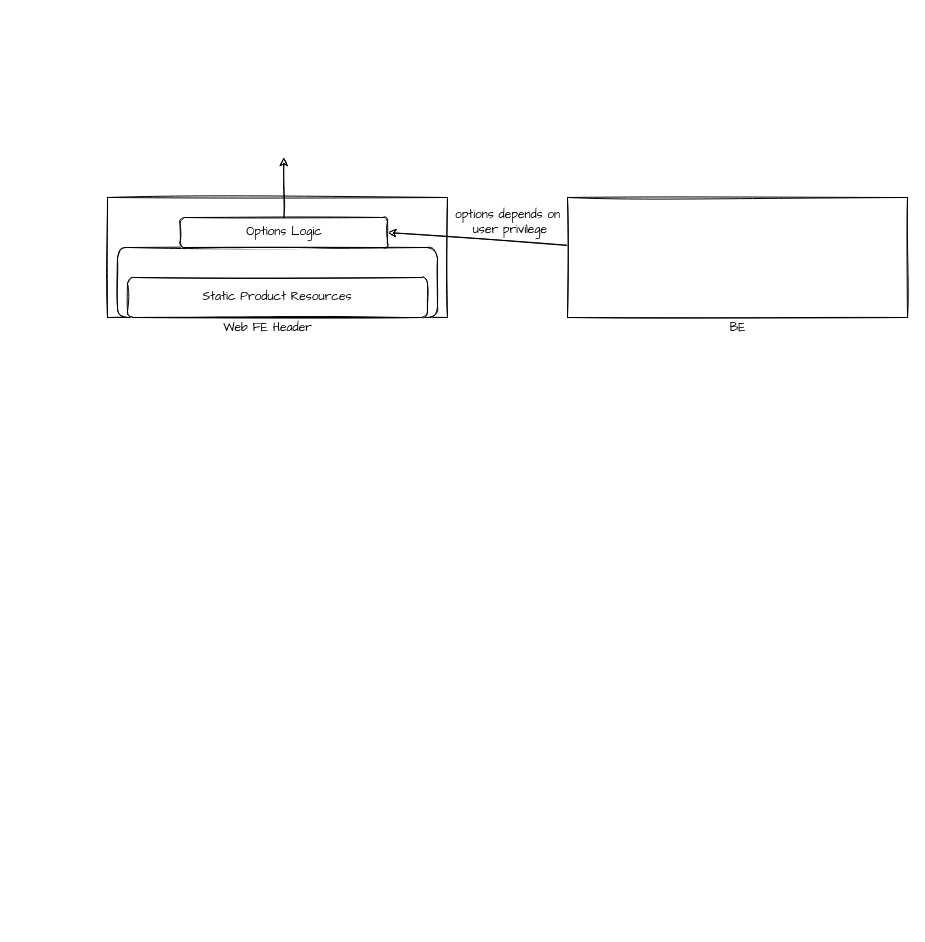
This is header redesign.drawio from yindongjun/gangzhang.github.io, a draw.io file, before an edit. Source tidied: cells renumbered, new cells numbered last; positions are measured from the earlier drawing's top-left corner, leaving out a move shared by most shapes. Both pictures are drawn from the tidied source at 100%, with x=0, y=0 at pixel (107, 157).
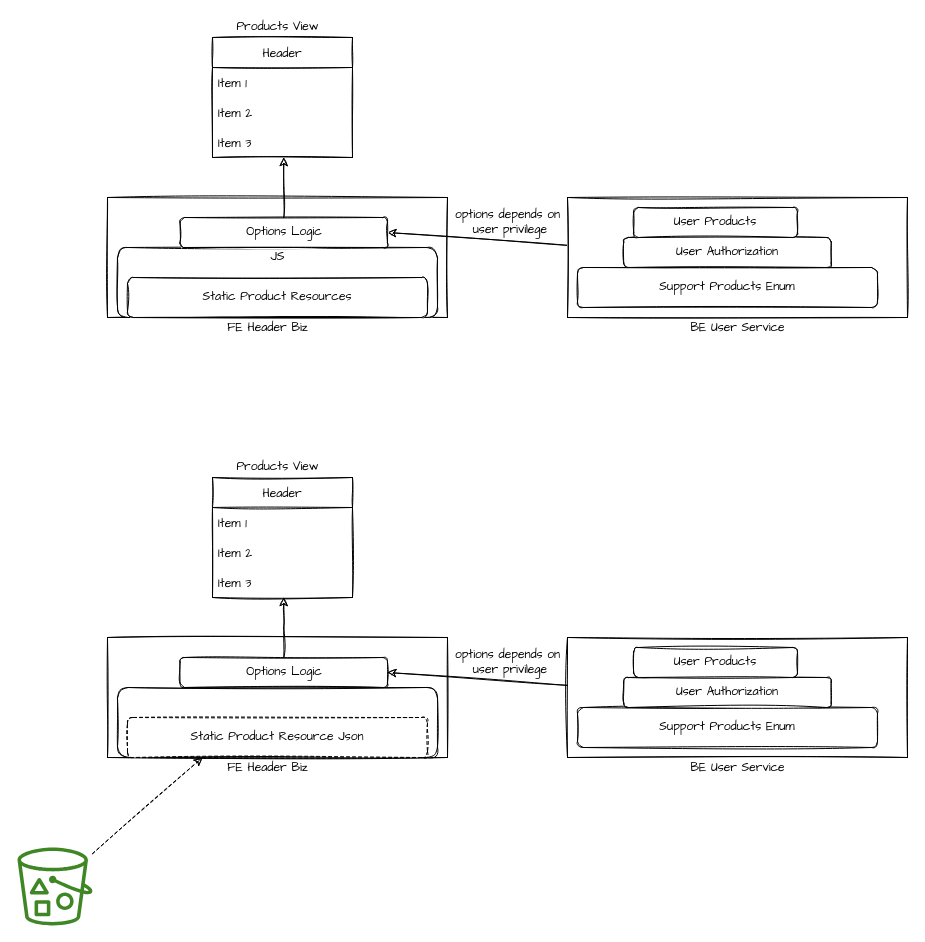
The same diagram, later.

The edit, as a diff of the source:
```diff
@@
-    <mxCell id="4" value="&lt;font face=&quot;Comic Sans MS&quot;&gt;Web FE Header&lt;/font&gt;" style="text;html=1;align=center;verticalAlign=middle;strokeColor=none;fillColor=none;" parent="1" vertex="1">
-      <mxGeometry x="105" y="160" width="110" height="20" as="geometry" />
+    <mxCell id="4" value="&lt;font face=&quot;Comic Sans MS&quot;&gt;FE Header Biz&lt;/font&gt;" style="text;html=1;align=center;verticalAlign=middle;strokeColor=none;fillColor=none;" parent="1" vertex="1">
+      <mxGeometry x="110" y="160" width="100" height="20" as="geometry" />
     </mxCell>
@@
-    <mxCell id="7" value="&lt;font face=&quot;Comic Sans MS&quot;&gt;BE&lt;/font&gt;" style="text;html=1;align=center;verticalAlign=middle;strokeColor=none;fillColor=none;" parent="1" vertex="1">
-      <mxGeometry x="615" y="160" width="30" height="20" as="geometry" />
+    <mxCell id="7" value="&lt;font face=&quot;Comic Sans MS&quot;&gt;BE User Service&lt;/font&gt;" style="text;html=1;align=center;verticalAlign=middle;strokeColor=none;fillColor=none;" parent="1" vertex="1">
+      <mxGeometry x="575" y="160" width="110" height="20" as="geometry" />
     </mxCell>
@@
+    <mxCell id="12" value="Header" style="swimlane;fontStyle=0;horizontal=1;startSize=30;sketch=1;fontFamily=Comic Sans MS;" parent="1" vertex="1">
+      <mxGeometry x="105" y="-120" width="140" height="120" as="geometry" />
+    </mxCell>
+    <mxCell id="13" value="Item 1" style="text;strokeColor=none;fillColor=none;align=left;verticalAlign=middle;spacingLeft=4;spacingRight=4;overflow=hidden;sketch=1;fontFamily=Comic Sans MS;" parent="12" vertex="1">
+      <mxGeometry y="30" width="140" height="30" as="geometry" />
+    </mxCell>
+    <mxCell id="14" value="Item 2" style="text;strokeColor=none;fillColor=none;align=left;verticalAlign=middle;spacingLeft=4;spacingRight=4;overflow=hidden;sketch=1;fontFamily=Comic Sans MS;" parent="12" vertex="1">
+      <mxGeometry y="60" width="140" height="30" as="geometry" />
+    </mxCell>
+    <mxCell id="15" value="Item 3" style="text;strokeColor=none;fillColor=none;align=left;verticalAlign=middle;spacingLeft=4;spacingRight=4;overflow=hidden;sketch=1;fontFamily=Comic Sans MS;" parent="12" vertex="1">
+      <mxGeometry y="90" width="140" height="30" as="geometry" />
+    </mxCell>
+    <mxCell id="16" value="Products View" style="text;html=1;align=center;verticalAlign=middle;strokeColor=none;fillColor=none;fontFamily=Comic Sans MS;" parent="1" vertex="1">
+      <mxGeometry x="125" y="-140" width="90" height="20" as="geometry" />
+    </mxCell>
+    <mxCell id="17" value="Support Products Enum" style="rounded=1;whiteSpace=wrap;html=1;sketch=1;fontFamily=Comic Sans MS;" parent="1" vertex="1">
+      <mxGeometry x="470" y="110" width="300" height="40" as="geometry" />
+    </mxCell>
+    <mxCell id="18" value="User Authorization" style="rounded=1;whiteSpace=wrap;html=1;sketch=1;fontFamily=Comic Sans MS;" parent="1" vertex="1">
+      <mxGeometry x="516.2" y="80" width="207.5" height="30" as="geometry" />
+    </mxCell>
+    <mxCell id="19" value="User Products" style="rounded=1;whiteSpace=wrap;html=1;sketch=1;fontFamily=Comic Sans MS;" parent="1" vertex="1">
+      <mxGeometry x="526.2" y="50" width="163.8" height="30" as="geometry" />
+    </mxCell>
+    <mxCell id="20" style="rounded=0;whiteSpace=wrap;html=1;sketch=1;" parent="1" vertex="1">
+      <mxGeometry y="480" width="340" height="120" as="geometry" />
+    </mxCell>
+    <mxCell id="21" style="rounded=1;whiteSpace=wrap;html=1;sketch=1;fontFamily=Comic Sans MS;" parent="1" vertex="1">
+      <mxGeometry x="10" y="530" width="320" height="70" as="geometry" />
+    </mxCell>
+    <mxCell id="22" value="&lt;font face=&quot;Comic Sans MS&quot;&gt;FE Header Biz&lt;/font&gt;" style="text;html=1;align=center;verticalAlign=middle;strokeColor=none;fillColor=none;" parent="1" vertex="1">
+      <mxGeometry x="110" y="600" width="100" height="20" as="geometry" />
+    </mxCell>
+    <mxCell id="23" style="rounded=0;jettySize=auto;html=1;fontFamily=Comic Sans MS;entryX=1;entryY=0.5;entryDx=0;entryDy=0;sketch=1;" parent="1" edge="1" source="24" target="28">
+      <mxGeometry relative="1" as="geometry" />
+    </mxCell>
+    <mxCell id="24" style="rounded=0;whiteSpace=wrap;html=1;sketch=1;" parent="1" vertex="1">
+      <mxGeometry x="460" y="480" width="340" height="120" as="geometry" />
+    </mxCell>
+    <mxCell id="25" value="&lt;font face=&quot;Comic Sans MS&quot;&gt;BE User Service&lt;/font&gt;" style="text;html=1;align=center;verticalAlign=middle;strokeColor=none;fillColor=none;" parent="1" vertex="1">
+      <mxGeometry x="575" y="600" width="110" height="20" as="geometry" />
+    </mxCell>
+    <mxCell id="26" value="options depends on&lt;br&gt;&amp;nbsp;user privilege" style="text;html=1;align=center;verticalAlign=middle;strokeColor=none;fillColor=none;fontFamily=Comic Sans MS;" parent="1" vertex="1">
+      <mxGeometry x="340" y="490" width="120" height="30" as="geometry" />
+    </mxCell>
+    <mxCell id="27" style="edgeStyle=orthogonalEdgeStyle;rounded=0;sketch=1;jettySize=auto;html=1;fontFamily=Comic Sans MS;" parent="1" edge="1" source="28">
+      <mxGeometry relative="1" as="geometry">
+        <mxPoint x="176.2" y="440" as="targetPoint" />
+      </mxGeometry>
+    </mxCell>
+    <mxCell id="28" value="Options Logic" style="rounded=1;whiteSpace=wrap;html=1;sketch=1;fontFamily=Comic Sans MS;" parent="1" vertex="1">
+      <mxGeometry x="72.5" y="500" width="207.5" height="30" as="geometry" />
+    </mxCell>
+    <mxCell id="29" value="Header" style="swimlane;fontStyle=0;horizontal=1;startSize=30;sketch=1;fontFamily=Comic Sans MS;" parent="1" vertex="1">
+      <mxGeometry x="105" y="320" width="140" height="120" as="geometry" />
+    </mxCell>
+    <mxCell id="30" value="Item 1" style="text;strokeColor=none;fillColor=none;align=left;verticalAlign=middle;spacingLeft=4;spacingRight=4;overflow=hidden;sketch=1;fontFamily=Comic Sans MS;" parent="29" vertex="1">
+      <mxGeometry y="30" width="140" height="30" as="geometry" />
+    </mxCell>
+    <mxCell id="31" value="Item 2" style="text;strokeColor=none;fillColor=none;align=left;verticalAlign=middle;spacingLeft=4;spacingRight=4;overflow=hidden;sketch=1;fontFamily=Comic Sans MS;" parent="29" vertex="1">
+      <mxGeometry y="60" width="140" height="30" as="geometry" />
+    </mxCell>
+    <mxCell id="32" value="Item 3" style="text;strokeColor=none;fillColor=none;align=left;verticalAlign=middle;spacingLeft=4;spacingRight=4;overflow=hidden;sketch=1;fontFamily=Comic Sans MS;" parent="29" vertex="1">
+      <mxGeometry y="90" width="140" height="30" as="geometry" />
+    </mxCell>
+    <mxCell id="33" value="Products View" style="text;html=1;align=center;verticalAlign=middle;strokeColor=none;fillColor=none;fontFamily=Comic Sans MS;" parent="1" vertex="1">
+      <mxGeometry x="125" y="300" width="90" height="20" as="geometry" />
+    </mxCell>
+    <mxCell id="34" value="Support Products Enum" style="rounded=1;whiteSpace=wrap;html=1;sketch=1;fontFamily=Comic Sans MS;" parent="1" vertex="1">
+      <mxGeometry x="470" y="550" width="300" height="40" as="geometry" />
+    </mxCell>
+    <mxCell id="35" value="User Authorization" style="rounded=1;whiteSpace=wrap;html=1;sketch=1;fontFamily=Comic Sans MS;" parent="1" vertex="1">
+      <mxGeometry x="516.2" y="520" width="207.5" height="30" as="geometry" />
+    </mxCell>
+    <mxCell id="36" value="User Products" style="rounded=1;whiteSpace=wrap;html=1;sketch=1;fontFamily=Comic Sans MS;" parent="1" vertex="1">
+      <mxGeometry x="526.2" y="490" width="163.8" height="30" as="geometry" />
+    </mxCell>
+    <mxCell id="37" value="Static Product Resource Json" style="rounded=1;whiteSpace=wrap;html=1;sketch=1;fontFamily=Comic Sans MS;dashed=1;" parent="1" vertex="1">
+      <mxGeometry x="20" y="560" width="300" height="40" as="geometry" />
+    </mxCell>
+    <mxCell id="38" value="JS" style="text;html=1;align=center;verticalAlign=middle;strokeColor=none;fillColor=none;fontFamily=Comic Sans MS;" parent="1" vertex="1">
+      <mxGeometry x="155" y="90" width="30" height="20" as="geometry" />
+    </mxCell>
+    <mxCell id="39" style="edgeStyle=none;rounded=0;sketch=1;jettySize=auto;html=1;entryX=0.25;entryY=1;entryDx=0;entryDy=0;fontFamily=Comic Sans MS;dashed=1;" parent="1" edge="1" source="40" target="37">
+      <mxGeometry relative="1" as="geometry" />
+    </mxCell>
+    <mxCell id="40" style="sketch=0;outlineConnect=0;fontColor=#232F3E;gradientColor=none;fillColor=#3F8624;strokeColor=none;dashed=0;verticalLabelPosition=bottom;verticalAlign=top;align=center;html=1;fontSize=12;fontStyle=0;shape=mxgraph.aws4.bucket_with_objects;fontFamily=Comic Sans MS;" parent="1" vertex="1">
+      <mxGeometry x="-90" y="690" width="75" height="78" as="geometry" />
+    </mxCell>
```
